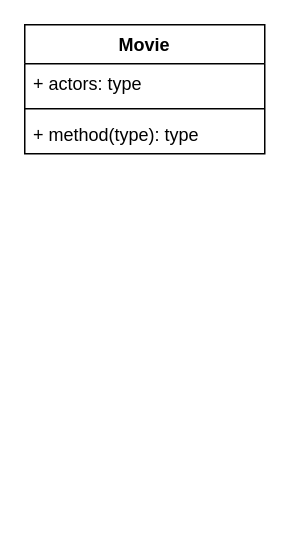
Above: App-ception.drawio in johnmasonwilliams/Movie-ception (draw.io), before the change. Source tidied: cells renumbered, new cells numbered last; positions are measured from the earlier drawing's top-left corner, leaving out a move shared by most shapes. Both pictures are drawn from the tidied source at 150%, with x=0, y=0 at pixel (24, 24).
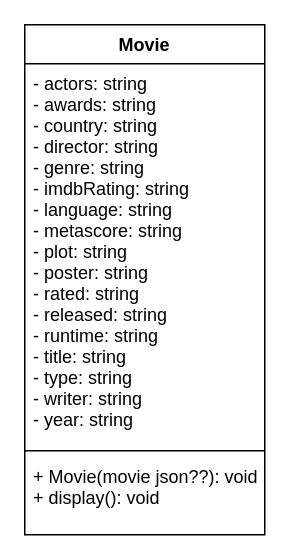
The same page after the edit.

Change to the diagram source:
```diff
@@
 <mxGraphModel background="#ffffff">
   <root>
     <mxCell id="0" />
     <mxCell id="1" parent="0" />
     <mxCell id="2" value="Movie" style="swimlane;fontStyle=1;align=center;verticalAlign=top;horizontal=1;startSize=26;" parent="1" vertex="1">
-      <mxGeometry width="160" height="86" as="geometry" />
+      <mxGeometry width="160" height="340" as="geometry" />
     </mxCell>
-    <mxCell id="3" value="+ actors: type" style="text;strokeColor=none;fillColor=none;align=left;verticalAlign=top;spacingLeft=4;spacingRight=4;overflow=hidden;" parent="2" vertex="1">
-      <mxGeometry y="26" width="160" height="26" as="geometry" />
+    <mxCell id="3" value="- actors: string&#10;- awards: string&#10;- country: string&#10;- director: string&#10;- genre: string&#10;- imdbRating: string&#10;- language: string&#10;- metascore: string&#10;- plot: string&#10;- poster: string&#10;- rated: string&#10;- released: string&#10;- runtime: string&#10;- title: string&#10;- type: string&#10;- writer: string&#10;- year: string" style="text;strokeColor=none;fillColor=none;align=left;verticalAlign=top;spacingLeft=4;spacingRight=4;overflow=hidden;" parent="2" vertex="1">
+      <mxGeometry y="26" width="160" height="254" as="geometry" />
     </mxCell>
     <mxCell id="4" style="line;strokeWidth=1;fillColor=none;align=left;verticalAlign=middle;spacingTop=-1;spacingLeft=3;spacingRight=3;labelPosition=right;" parent="2" vertex="1">
-      <mxGeometry y="52" width="160" height="8" as="geometry" />
+      <mxGeometry y="280" width="160" height="8" as="geometry" />
     </mxCell>
-    <mxCell id="5" value="+ method(type): type" style="text;strokeColor=none;fillColor=none;align=left;verticalAlign=top;spacingLeft=4;spacingRight=4;overflow=hidden;" parent="2" vertex="1">
-      <mxGeometry y="60" width="160" height="26" as="geometry" />
+    <mxCell id="5" value="+ Movie(movie json??): void&#10;+ display(): void" style="text;strokeColor=none;fillColor=none;align=left;verticalAlign=top;spacingLeft=4;spacingRight=4;overflow=hidden;" parent="2" vertex="1">
+      <mxGeometry y="288" width="160" height="52" as="geometry" />
     </mxCell>
   </root>
 </mxGraphModel>
```
